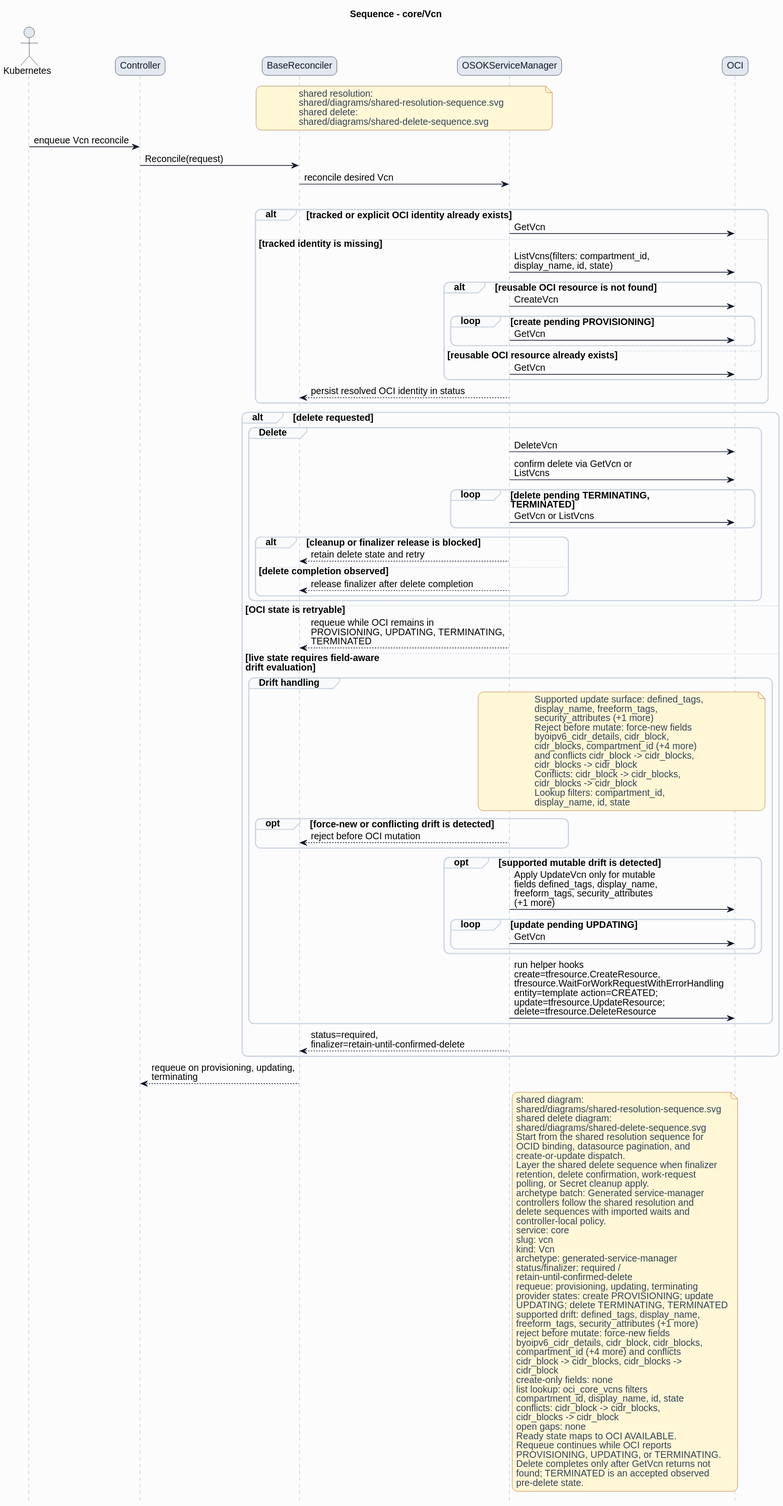
Earlier version of the PlantUML export formal/controllers/core/vcn/diagrams/sequence.svg (HaoyL666/oci-service-operator).
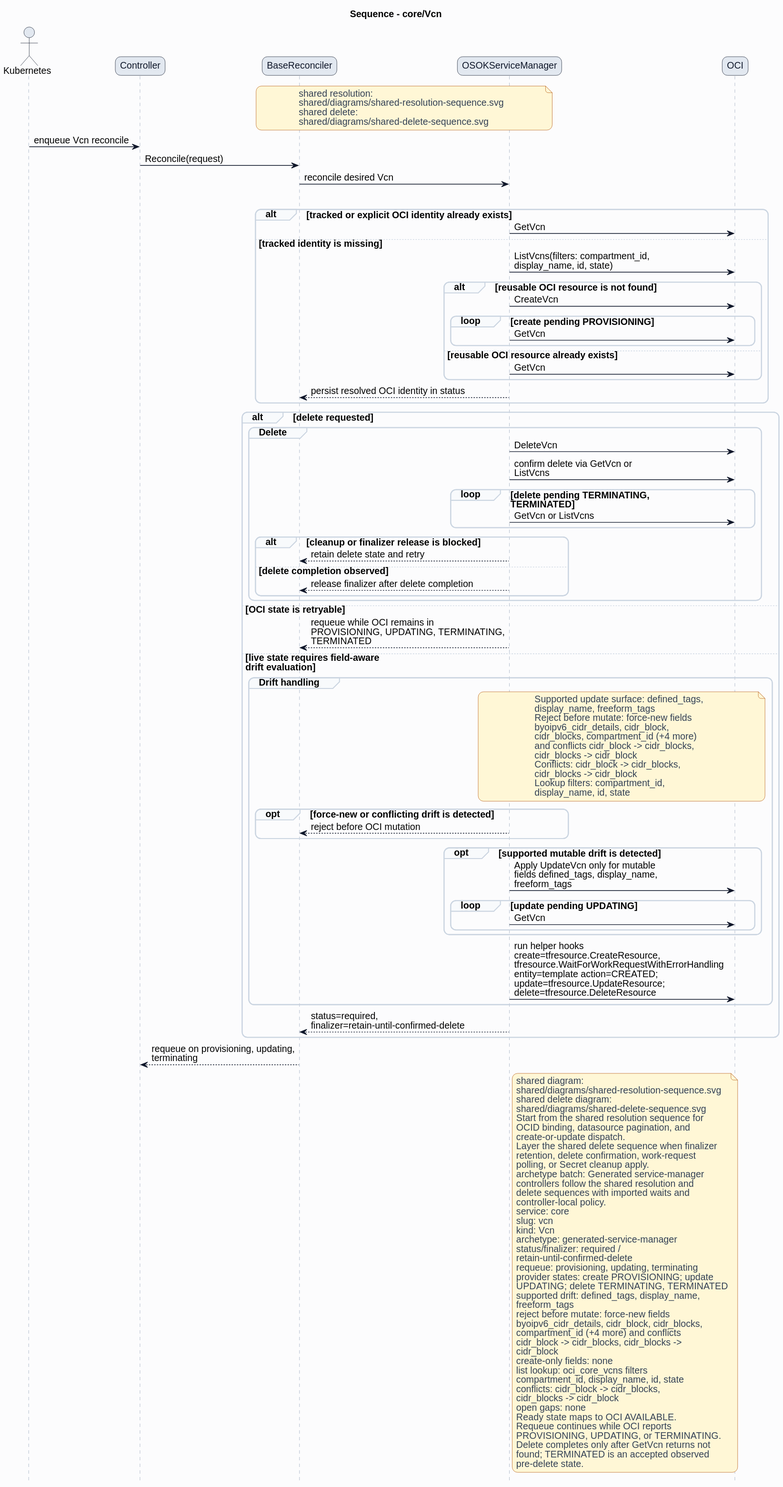
Above is the later version.

Change to the diagram source:
```diff
@@ -68,8 +68,7 @@
 group Drift handling
 note over ServiceManager,OCI
 Supported update surface: defined_tags,
-display_name, freeform_tags,
-security_attributes (+1 more)
+display_name, freeform_tags
 Reject before mutate: force-new fields
 byoipv6_cidr_details, cidr_block,
 cidr_blocks, compartment_id (+4 more)
@@ -84,7 +83,7 @@
 ServiceManager --> BaseReconciler: reject before OCI mutation
 end
 opt supported mutable drift is detected
-ServiceManager -> OCI: Apply UpdateVcn only for mutable\nfields defined_tags, display_name,\nfreeform_tags, security_attributes\n(+1 more)
+ServiceManager -> OCI: Apply UpdateVcn only for mutable\nfields defined_tags, display_name,\nfreeform_tags
 loop update pending UPDATING
 ServiceManager -> OCI: GetVcn
 end
@@ -119,7 +118,7 @@
 provider states: create PROVISIONING; update
 UPDATING; delete TERMINATING, TERMINATED
 supported drift: defined_tags, display_name,
-freeform_tags, security_attributes (+1 more)
+freeform_tags
 reject before mutate: force-new fields
 byoipv6_cidr_details, cidr_block, cidr_blocks,
 compartment_id (+4 more) and conflicts
```
